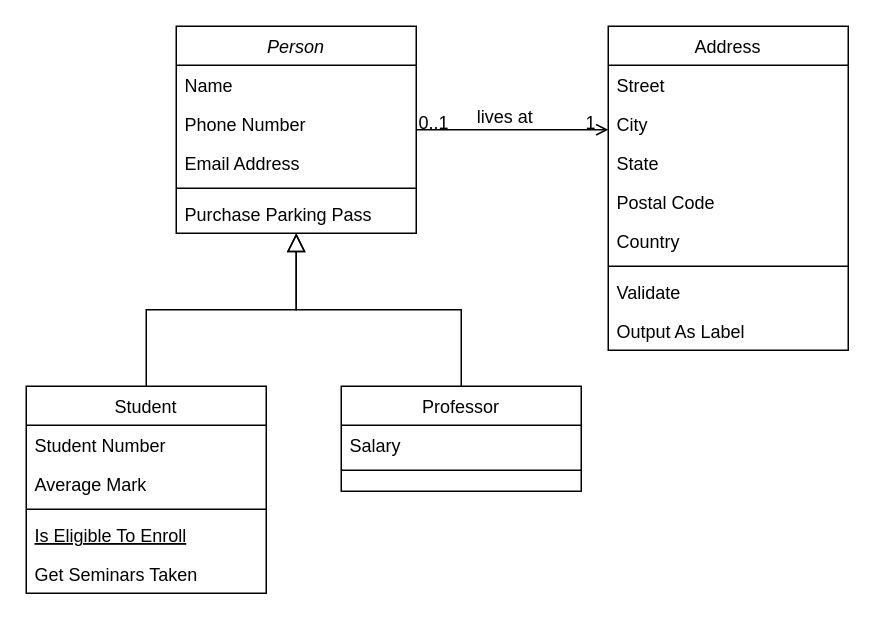
Before: bitcoin_gold_db.drawio in cohet3/Diagramas, a draw.io diagram. Source tidied: cells renumbered, new cells numbered last; positions are measured from the earlier drawing's top-left corner, leaving out a move shared by most shapes. Both pictures are drawn from the tidied source at 150%, with x=0, y=0 at pixel (26, 26).
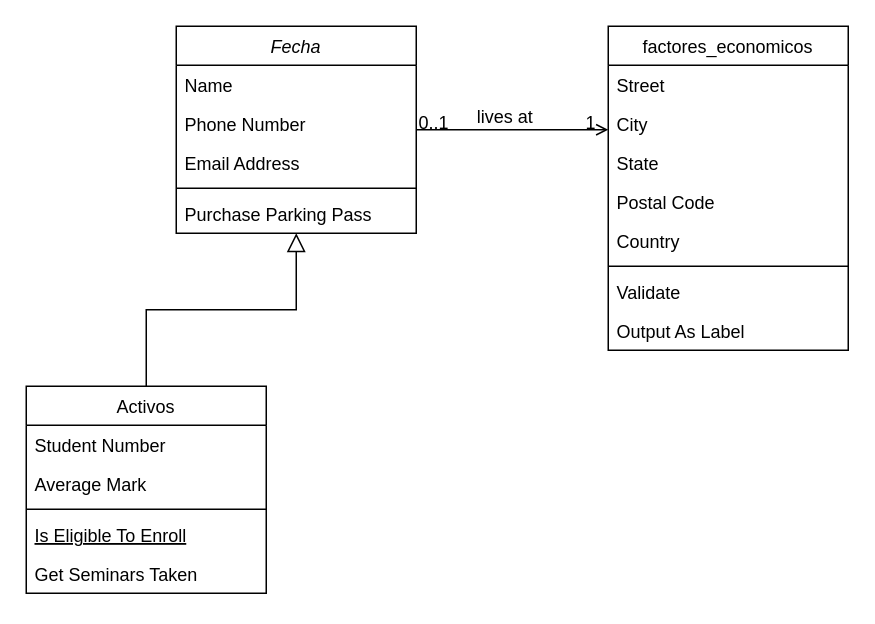
The same diagram, later.

Change to the diagram source:
```diff
@@
-    <mxCell id="2" value="Person" style="swimlane;fontStyle=2;align=center;verticalAlign=top;horizontal=1;startSize=26;rounded=0;shadow=0;strokeWidth=1;" parent="1" vertex="1">
+    <mxCell id="2" value="Fecha" style="swimlane;fontStyle=2;align=center;verticalAlign=top;horizontal=1;startSize=26;rounded=0;shadow=0;strokeWidth=1;" parent="1" vertex="1">
       <mxGeometry x="100" width="160" height="138" as="geometry" />
     </mxCell>
@@
-    <mxCell id="8" value="Student" style="swimlane;fontStyle=0;align=center;verticalAlign=top;horizontal=1;startSize=26;rounded=0;shadow=0;strokeWidth=1;" parent="1" vertex="1">
+    <mxCell id="8" value="Activos" style="swimlane;fontStyle=0;align=center;verticalAlign=top;horizontal=1;startSize=26;rounded=0;shadow=0;strokeWidth=1;" parent="1" vertex="1">
       <mxGeometry y="240" width="160" height="138" as="geometry" />
     </mxCell>
@@
-    <mxCell id="15" value="Professor" style="swimlane;fontStyle=0;align=center;verticalAlign=top;horizontal=1;startSize=26;rounded=0;shadow=0;strokeWidth=1;" parent="1" vertex="1">
-      <mxGeometry x="210" y="240" width="160" height="70" as="geometry" />
-    </mxCell>
-    <mxCell id="16" value="Salary" style="text;align=left;verticalAlign=top;spacingLeft=4;spacingRight=4;overflow=hidden;" parent="15" vertex="1">
-      <mxGeometry y="26" width="160" height="26" as="geometry" />
-    </mxCell>
-    <mxCell id="17" style="line;html=1;strokeWidth=1;align=left;verticalAlign=middle;spacingTop=-1;spacingLeft=3;spacingRight=3;labelPosition=right;" parent="15" vertex="1">
-      <mxGeometry y="52" width="160" height="8" as="geometry" />
-    </mxCell>
-    <mxCell id="18" style="endArrow=block;endSize=10;endFill=0;shadow=0;strokeWidth=1;rounded=0;curved=0;edgeStyle=elbowEdgeStyle;elbow=vertical;" parent="1" edge="1" source="15" target="2">
-      <mxGeometry relative="1" as="geometry" />
-    </mxCell>
-    <mxCell id="19" value="Address" style="swimlane;fontStyle=0;align=center;verticalAlign=top;horizontal=1;startSize=26;rounded=0;shadow=0;strokeWidth=1;" parent="1" vertex="1">
+    <mxCell id="19" value="factores_economicos&#10;" style="swimlane;fontStyle=0;align=center;verticalAlign=top;horizontal=1;startSize=26;rounded=0;shadow=0;strokeWidth=1;" parent="1" vertex="1">
       <mxGeometry x="388" width="160" height="216" as="geometry" />
     </mxCell>
```
